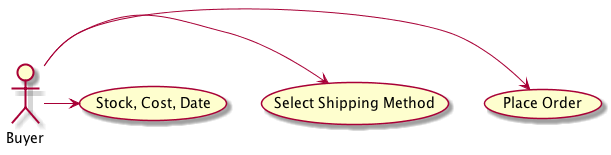
Above: images/buyer-usecases.puml.png in EciStg/order-placement (PlantUML), before the change.
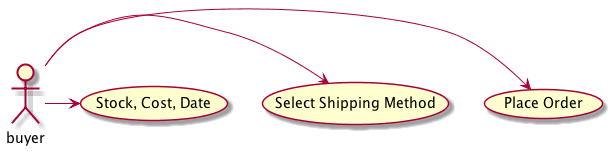
After the change.

Diff of the diagram source:
```diff
@@ -1,5 +1,5 @@
 @startuml sequence-buyer2seller.png
-Buyer -> (Place Order)
-Buyer -> (Select Shipping Method)
-Buyer -> (Stock, Cost, Date)
+buyer -> (Place Order)
+buyer -> (Select Shipping Method)
+buyer -> (Stock, Cost, Date)
 @enduml
```
